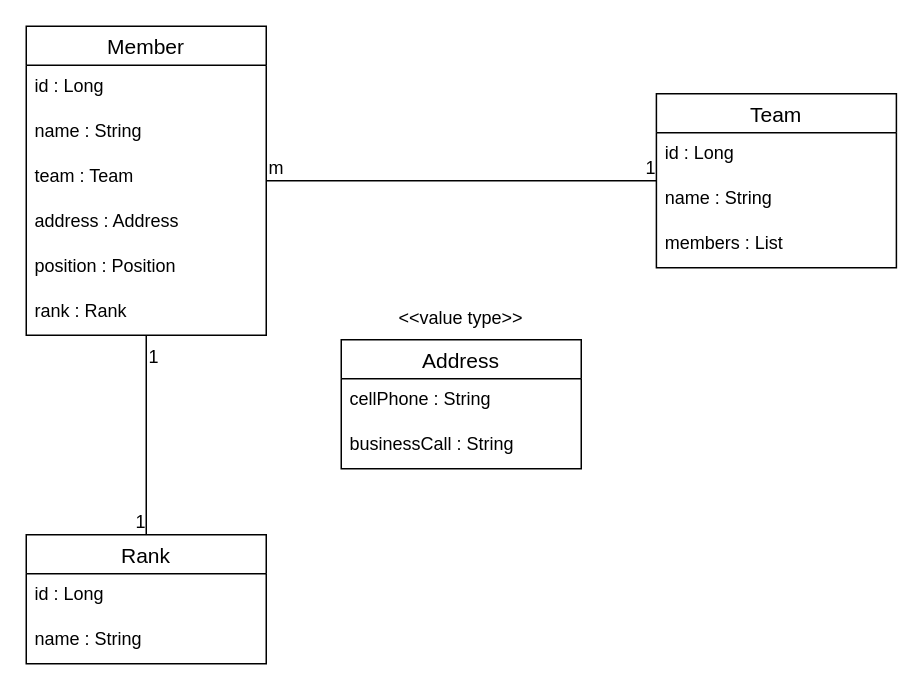
The draw.io diagram src/main/resources/documents/organization_entity.drawio in sb0321/companyAssignment, before the edit. Source tidied: cells renumbered, new cells numbered last; positions are measured from the earlier drawing's top-left corner, leaving out a move shared by most shapes. Both pictures are drawn from the tidied source at 150%, with x=0, y=0 at pixel (26, 26).
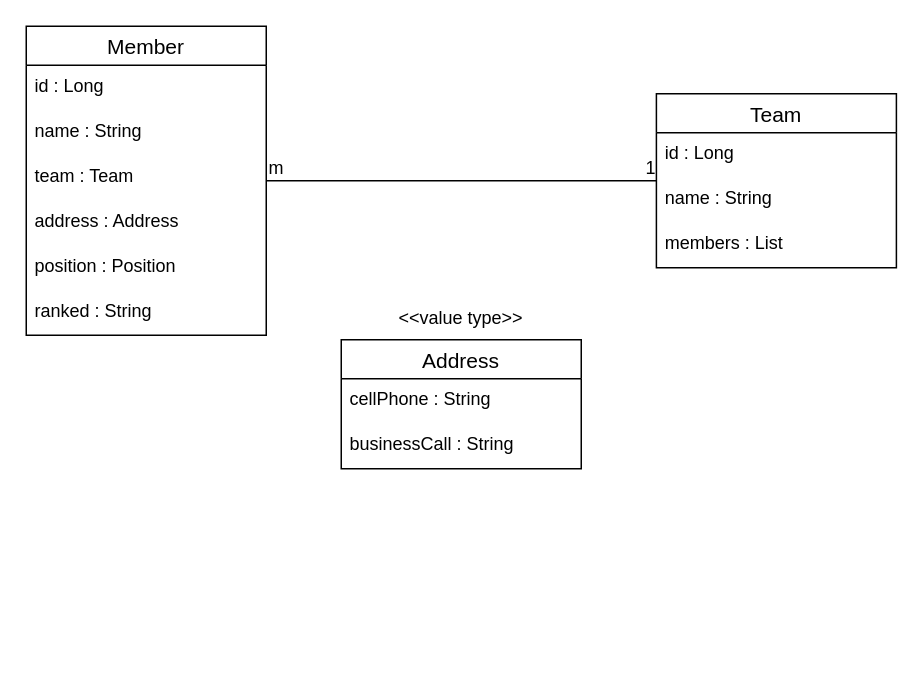
The same diagram, later.

Commit message (it also covers changes not shown here):
docs: 문서 재정의

The change refers to these unchanged cells:
```xml
<mxCell id="6" value="Member" style="swimlane;fontStyle=0;horizontal=1;startSize=26;align=center;fontSize=14;" parent="1" vertex="1">
  <mxGeometry width="160" height="206" as="geometry" />
</mxCell>
```

The edit, as a diff of the source:
```diff
@@
-    <mxCell id="12" value="rank : Rank" style="text;strokeColor=none;fillColor=none;spacingLeft=4;spacingRight=4;overflow=hidden;fontSize=12;" parent="6" vertex="1">
+    <mxCell id="12" value="ranked : String" style="text;strokeColor=none;fillColor=none;spacingLeft=4;spacingRight=4;overflow=hidden;fontSize=12;" parent="6" vertex="1">
       <mxGeometry y="176" width="160" height="30" as="geometry" />
     </mxCell>
@@
-    <mxCell id="20" value="Rank" style="swimlane;fontStyle=0;horizontal=1;startSize=26;align=center;fontSize=14;" parent="1" vertex="1">
-      <mxGeometry y="339" width="160" height="86" as="geometry" />
-    </mxCell>
-    <mxCell id="21" value="id : Long" style="text;strokeColor=none;fillColor=none;spacingLeft=4;spacingRight=4;overflow=hidden;fontSize=12;" parent="20" vertex="1">
-      <mxGeometry y="26" width="160" height="30" as="geometry" />
-    </mxCell>
-    <mxCell id="22" value="name : String" style="text;strokeColor=none;fillColor=none;spacingLeft=4;spacingRight=4;overflow=hidden;fontSize=12;" parent="20" vertex="1">
-      <mxGeometry y="56" width="160" height="30" as="geometry" />
-    </mxCell>
-    <mxCell id="23" style="endArrow=none;html=1;rounded=0;" parent="1" edge="1" source="6" target="20">
-      <mxGeometry relative="1" as="geometry" />
-    </mxCell>
-    <mxCell id="24" value="1" style="html=1;align=left;verticalAlign=bottom;" parent="23" vertex="1">
-      <mxGeometry x="-1" relative="1" as="geometry">
-        <mxPoint y="23" as="offset" />
-      </mxGeometry>
-    </mxCell>
-    <mxCell id="25" value="1" style="html=1;align=right;verticalAlign=bottom;" parent="23" vertex="1">
-      <mxGeometry x="1" relative="1" as="geometry" />
-    </mxCell>
```
